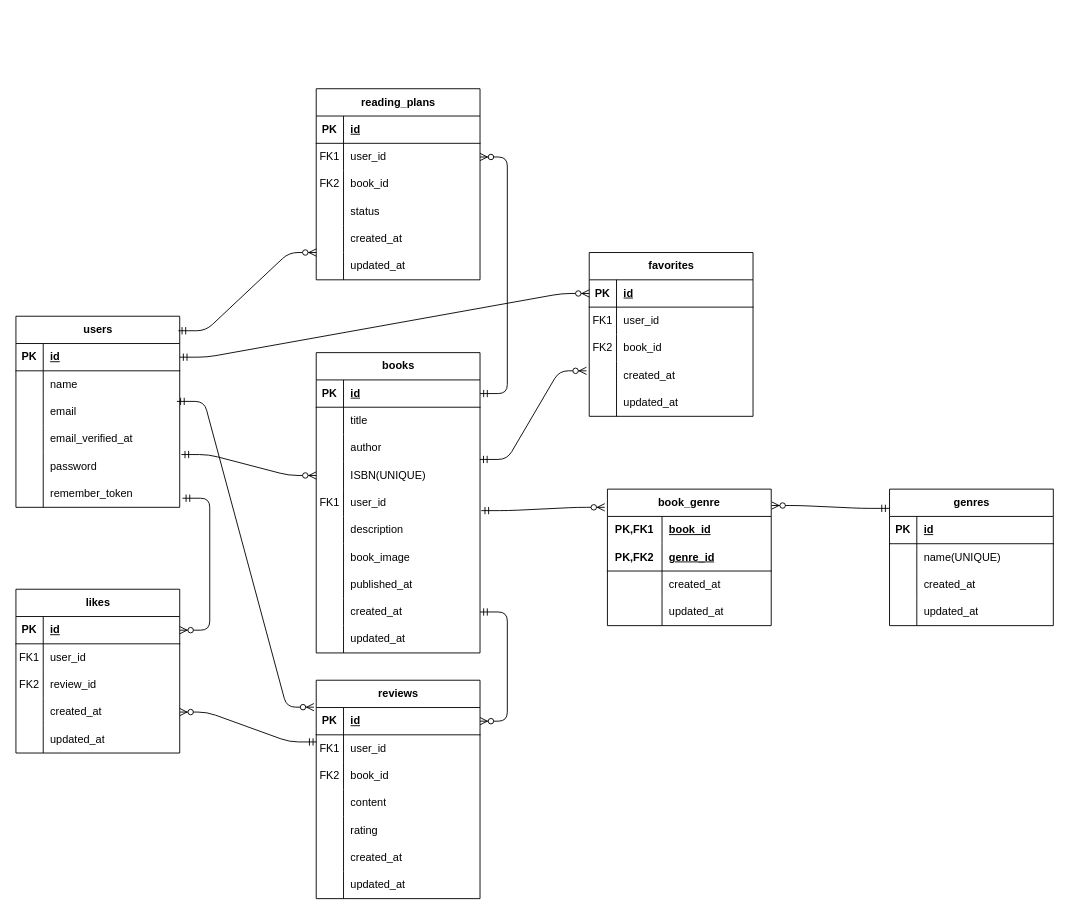
The draw.io diagram bookshelf-er.drawio in kanon-non-mad/bookshelf-app, before the edit. Source tidied: cells renumbered, new cells numbered last; positions are measured from the earlier drawing's top-left corner, leaving out a move shared by most shapes. Both pictures are drawn from the tidied source at 91%, with x=0, y=0 at pixel (15, 88).
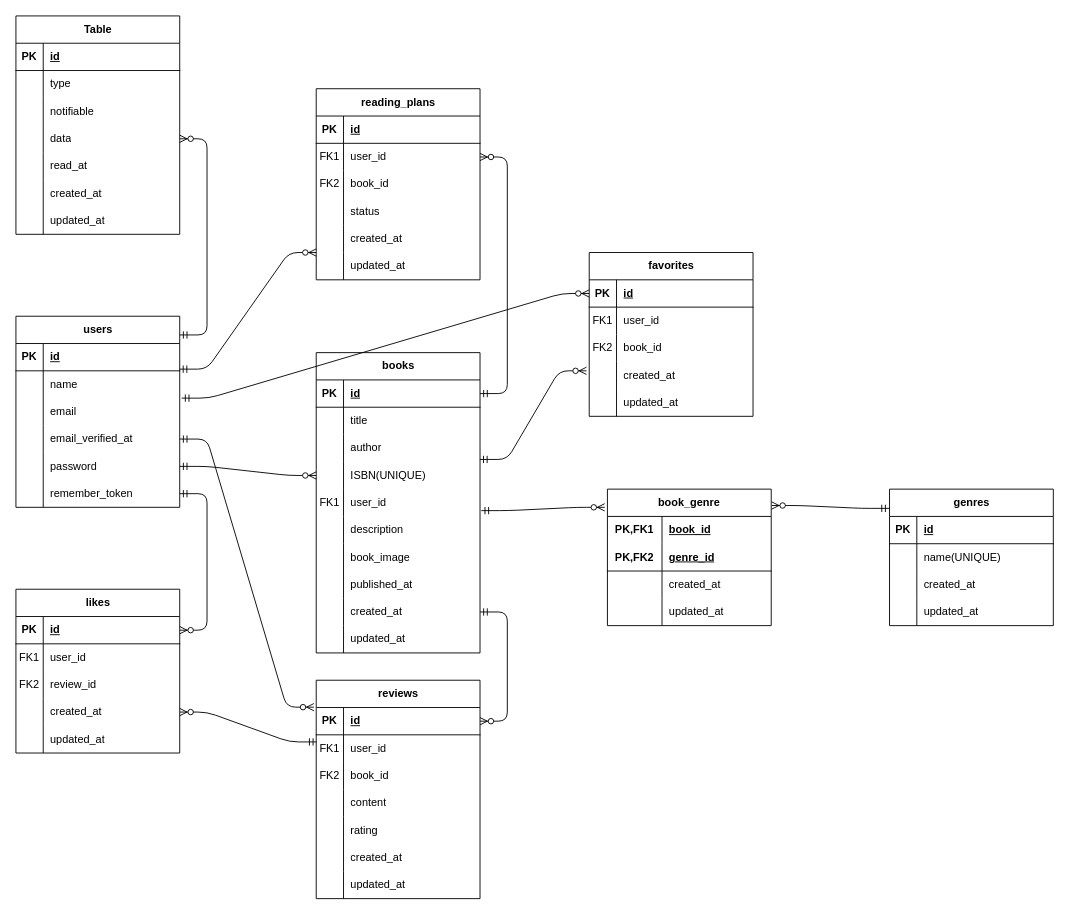
After the change.

Commit message:
docs: ER図に通知テーブルを追加

The change refers to these unchanged cells:
```xml
<mxCell id="2" value="users" style="shape=table;startSize=30;childLayout=tableLayout;rowLines=0;fontStyle=1;align=center;html=1;" parent="1" vertex="1">
  <mxGeometry y="250" width="180" height="210" as="geometry" />
</mxCell>
<mxCell id="3" style="shape=tableRow;horizontal=0;startSize=0;swimlaneHead=0;swimlaneBody=0;fillColor=none;points=[[0,0.5],[1,0.5]];portConstraint=eastwest;top=0;left=0;right=0;bottom=1;" parent="2" vertex="1">
  <mxGeometry y="30" width="180" height="30" as="geometry" />
</mxCell>
<mxCell id="6" style="shape=tableRow;horizontal=0;startSize=0;swimlaneHead=0;swimlaneBody=0;fillColor=none;points=[[0,0.5],[1,0.5]];portConstraint=eastwest;top=0;left=0;right=0;bottom=0;" parent="2" vertex="1">
  <mxGeometry y="60" width="180" height="30" as="geometry" />
</mxCell>
<mxCell id="9" style="shape=tableRow;horizontal=0;startSize=0;swimlaneHead=0;swimlaneBody=0;fillColor=none;points=[[0,0.5],[1,0.5]];portConstraint=eastwest;top=0;left=0;right=0;bottom=0;" parent="2" vertex="1">
  <mxGeometry y="90" width="180" height="30" as="geometry" />
</mxCell>
<mxCell id="12" style="shape=tableRow;horizontal=0;startSize=0;swimlaneHead=0;swimlaneBody=0;fillColor=none;points=[[0,0.5],[1,0.5]];portConstraint=eastwest;top=0;left=0;right=0;bottom=0;" parent="2" vertex="1">
  <mxGeometry y="120" width="180" height="30" as="geometry" />
</mxCell>
<mxCell id="15" style="shape=tableRow;horizontal=0;startSize=0;swimlaneHead=0;swimlaneBody=0;fillColor=none;points=[[0,0.5],[1,0.5]];portConstraint=eastwest;top=0;left=0;right=0;bottom=0;" parent="2" vertex="1">
  <mxGeometry y="150" width="180" height="30" as="geometry" />
</mxCell>
<mxCell id="18" style="shape=tableRow;horizontal=0;startSize=0;swimlaneHead=0;swimlaneBody=0;fillColor=none;points=[[0,0.5],[1,0.5]];portConstraint=eastwest;top=0;left=0;right=0;bottom=0;" parent="2" vertex="1">
  <mxGeometry y="180" width="180" height="30" as="geometry" />
</mxCell>
<mxCell id="44" style="shape=tableRow;horizontal=0;startSize=0;swimlaneHead=0;swimlaneBody=0;fillColor=none;points=[[0,0.5],[1,0.5]];portConstraint=eastwest;top=0;left=0;right=0;bottom=0;" parent="34" vertex="1">
  <mxGeometry y="120" width="180" height="30" as="geometry" />
</mxCell>
<mxCell id="85" style="shape=tableRow;horizontal=0;startSize=0;swimlaneHead=0;swimlaneBody=0;fillColor=none;points=[[0,0.5],[1,0.5]];portConstraint=eastwest;top=0;left=0;right=0;bottom=1;" parent="84" vertex="1">
  <mxGeometry y="30" width="180" height="30" as="geometry" />
</mxCell>
<mxCell id="107" style="shape=tableRow;horizontal=0;startSize=0;swimlaneHead=0;swimlaneBody=0;fillColor=none;points=[[0,0.5],[1,0.5]];portConstraint=eastwest;top=0;left=0;right=0;bottom=1;" parent="106" vertex="1">
  <mxGeometry y="30" width="180" height="30" as="geometry" />
</mxCell>
<mxCell id="123" style="shape=tableRow;horizontal=0;startSize=0;swimlaneHead=0;swimlaneBody=0;fillColor=none;points=[[0,0.5],[1,0.5]];portConstraint=eastwest;top=0;left=0;right=0;bottom=1;" parent="122" vertex="1">
  <mxGeometry y="30" width="180" height="30" as="geometry" />
</mxCell>
```

Change to the diagram source:
```diff
@@
-    <mxCell id="138" style="edgeStyle=entityRelationEdgeStyle;fontSize=12;html=1;endArrow=ERzeroToMany;startArrow=ERmandOne;exitX=1;exitY=0.5;exitDx=0;exitDy=0;entryX=0;entryY=0.5;entryDx=0;entryDy=0;" parent="1" edge="1" source="3" target="107">
+    <mxCell id="138" style="edgeStyle=entityRelationEdgeStyle;fontSize=12;html=1;endArrow=ERzeroToMany;startArrow=ERmandOne;exitX=1.012;exitY=0;exitDx=0;exitDy=0;entryX=0;entryY=0.5;entryDx=0;entryDy=0;exitPerimeter=0;" parent="1" edge="1" source="9" target="107">
       <mxGeometry relative="1" as="geometry" />
     </mxCell>
-    <mxCell id="139" style="edgeStyle=entityRelationEdgeStyle;fontSize=12;html=1;endArrow=ERzeroToMany;startArrow=ERmandOne;entryX=0.988;entryY=0.073;entryDx=0;entryDy=0;entryPerimeter=0;exitX=0.992;exitY=0.076;exitDx=0;exitDy=0;exitPerimeter=0;" parent="1" edge="1" source="2">
+    <mxCell id="139" style="edgeStyle=entityRelationEdgeStyle;fontSize=12;html=1;endArrow=ERzeroToMany;startArrow=ERmandOne;entryX=0.988;entryY=0.073;entryDx=0;entryDy=0;entryPerimeter=0;exitX=0.999;exitY=-0.062;exitDx=0;exitDy=0;exitPerimeter=0;" parent="1" edge="1" source="6">
       <mxGeometry relative="1" as="geometry">
         <mxPoint x="330" y="180" as="targetPoint" />
       </mxGeometry>
     </mxCell>
-    <mxCell id="140" style="edgeStyle=entityRelationEdgeStyle;fontSize=12;html=1;endArrow=ERzeroToMany;startArrow=ERmandOne;entryX=1;entryY=0.5;entryDx=0;entryDy=0;" parent="1" edge="1" target="123">
-      <mxGeometry relative="1" as="geometry">
-        <mxPoint x="183" y="450" as="sourcePoint" />
-      </mxGeometry>
+    <mxCell id="140" style="edgeStyle=entityRelationEdgeStyle;fontSize=12;html=1;endArrow=ERzeroToMany;startArrow=ERmandOne;entryX=1;entryY=0.5;entryDx=0;entryDy=0;exitX=1;exitY=0.5;exitDx=0;exitDy=0;" parent="1" edge="1" source="18" target="123">
+      <mxGeometry relative="1" as="geometry" />
     </mxCell>
@@
-    <mxCell id="159" style="edgeStyle=entityRelationEdgeStyle;fontSize=12;html=1;endArrow=ERzeroToMany;startArrow=ERmandOne;exitX=1.01;exitY=0.067;exitDx=0;exitDy=0;entryX=0;entryY=0.5;entryDx=0;entryDy=0;exitPerimeter=0;" parent="1" edge="1" source="15" target="44">
+    <mxCell id="159" style="edgeStyle=entityRelationEdgeStyle;fontSize=12;html=1;endArrow=ERzeroToMany;startArrow=ERmandOne;exitX=1;exitY=0.5;exitDx=0;exitDy=0;entryX=0;entryY=0.5;entryDx=0;entryDy=0;" parent="1" edge="1" source="15" target="44">
       <mxGeometry relative="1" as="geometry" />
     </mxCell>
-    <mxCell id="160" style="edgeStyle=entityRelationEdgeStyle;fontSize=12;html=1;endArrow=ERzeroToMany;startArrow=ERmandOne;entryX=-0.014;entryY=-0.013;entryDx=0;entryDy=0;exitX=0.983;exitY=1.12;exitDx=0;exitDy=0;exitPerimeter=0;entryPerimeter=0;" parent="1" edge="1" source="6" target="85">
-      <mxGeometry relative="1" as="geometry" />
+    <mxCell id="160" style="edgeStyle=entityRelationEdgeStyle;fontSize=12;html=1;endArrow=ERzeroToMany;startArrow=ERmandOne;entryX=-0.014;entryY=-0.013;entryDx=0;entryDy=0;exitX=1;exitY=0.5;exitDx=0;exitDy=0;entryPerimeter=0;" parent="1" edge="1" source="12" target="85">
+      <mxGeometry x="-0.09" relative="1" as="geometry" />
     </mxCell>
@@
+    <mxCell id="162" value="Table" style="shape=table;startSize=30;childLayout=tableLayout;rowLines=0;fontStyle=1;align=center;html=1;" parent="1" vertex="1">
+      <mxGeometry y="-80" width="180" height="240" as="geometry" />
+    </mxCell>
+    <mxCell id="163" style="shape=tableRow;horizontal=0;startSize=0;swimlaneHead=0;swimlaneBody=0;fillColor=none;top=0;left=0;right=0;bottom=1;" parent="162" vertex="1">
+      <mxGeometry y="30" width="180" height="30" as="geometry" />
+    </mxCell>
+    <mxCell id="164" value="PK" style="shape=partialRectangle;fillColor=none;top=0;left=0;bottom=0;right=0;fontStyle=1;overflow=hidden;whiteSpace=wrap;html=1;" parent="163" vertex="1">
+      <mxGeometry width="30" height="30" as="geometry" />
+    </mxCell>
+    <mxCell id="165" value="id" style="shape=partialRectangle;fillColor=none;top=0;left=0;bottom=0;right=0;align=left;spacingLeft=6;fontStyle=5;overflow=hidden;whiteSpace=wrap;html=1;" parent="163" vertex="1">
+      <mxGeometry x="30" width="150" height="30" as="geometry" />
+    </mxCell>
+    <mxCell id="166" style="shape=tableRow;horizontal=0;startSize=0;swimlaneHead=0;swimlaneBody=0;fillColor=none;top=0;left=0;right=0;bottom=0;" parent="162" vertex="1">
+      <mxGeometry y="60" width="180" height="30" as="geometry" />
+    </mxCell>
+    <mxCell id="167" style="shape=partialRectangle;fillColor=none;top=0;left=0;bottom=0;right=0;overflow=hidden;whiteSpace=wrap;html=1;" parent="166" vertex="1">
+      <mxGeometry width="30" height="30" as="geometry" />
+    </mxCell>
+    <mxCell id="168" value="type" style="shape=partialRectangle;fillColor=none;top=0;left=0;bottom=0;right=0;align=left;spacingLeft=6;overflow=hidden;whiteSpace=wrap;html=1;" parent="166" vertex="1">
+      <mxGeometry x="30" width="150" height="30" as="geometry" />
+    </mxCell>
+    <mxCell id="169" style="shape=tableRow;horizontal=0;startSize=0;swimlaneHead=0;swimlaneBody=0;fillColor=none;top=0;left=0;right=0;bottom=0;" parent="162" vertex="1">
+      <mxGeometry y="90" width="180" height="30" as="geometry" />
+    </mxCell>
+    <mxCell id="170" style="shape=partialRectangle;fillColor=none;top=0;left=0;bottom=0;right=0;overflow=hidden;whiteSpace=wrap;html=1;" parent="169" vertex="1">
+      <mxGeometry width="30" height="30" as="geometry" />
+    </mxCell>
+    <mxCell id="171" value="notifiable" style="shape=partialRectangle;fillColor=none;top=0;left=0;bottom=0;right=0;align=left;spacingLeft=6;overflow=hidden;whiteSpace=wrap;html=1;" parent="169" vertex="1">
+      <mxGeometry x="30" width="150" height="30" as="geometry" />
+    </mxCell>
+    <mxCell id="172" style="shape=tableRow;horizontal=0;startSize=0;swimlaneHead=0;swimlaneBody=0;fillColor=none;points=[[0,0.5],[1,0.5]];portConstraint=eastwest;top=0;left=0;right=0;bottom=0;" parent="162" vertex="1">
+      <mxGeometry y="120" width="180" height="30" as="geometry" />
+    </mxCell>
+    <mxCell id="173" style="shape=partialRectangle;fillColor=none;top=0;left=0;bottom=0;right=0;overflow=hidden;whiteSpace=wrap;html=1;" parent="172" vertex="1">
+      <mxGeometry width="30" height="30" as="geometry" />
+    </mxCell>
+    <mxCell id="174" value="data" style="shape=partialRectangle;fillColor=none;top=0;left=0;bottom=0;right=0;align=left;spacingLeft=6;overflow=hidden;whiteSpace=wrap;html=1;" parent="172" vertex="1">
+      <mxGeometry x="30" width="150" height="30" as="geometry" />
+    </mxCell>
+    <mxCell id="175" style="shape=tableRow;horizontal=0;startSize=0;swimlaneHead=0;swimlaneBody=0;fillColor=none;top=0;left=0;right=0;bottom=0;" parent="162" vertex="1">
+      <mxGeometry y="150" width="180" height="30" as="geometry" />
+    </mxCell>
+    <mxCell id="176" style="shape=partialRectangle;fillColor=none;top=0;left=0;bottom=0;right=0;overflow=hidden;whiteSpace=wrap;html=1;" parent="175" vertex="1">
+      <mxGeometry width="30" height="30" as="geometry" />
+    </mxCell>
+    <mxCell id="177" value="read_at" style="shape=partialRectangle;fillColor=none;top=0;left=0;bottom=0;right=0;align=left;spacingLeft=6;overflow=hidden;whiteSpace=wrap;html=1;" parent="175" vertex="1">
+      <mxGeometry x="30" width="150" height="30" as="geometry" />
+    </mxCell>
+    <mxCell id="178" style="shape=tableRow;horizontal=0;startSize=0;swimlaneHead=0;swimlaneBody=0;fillColor=none;top=0;left=0;right=0;bottom=0;" parent="162" vertex="1">
+      <mxGeometry y="180" width="180" height="30" as="geometry" />
+    </mxCell>
+    <mxCell id="179" style="shape=partialRectangle;fillColor=none;top=0;left=0;bottom=0;right=0;overflow=hidden;whiteSpace=wrap;html=1;" parent="178" vertex="1">
+      <mxGeometry width="30" height="30" as="geometry" />
+    </mxCell>
+    <mxCell id="180" value="created_at" style="shape=partialRectangle;fillColor=none;top=0;left=0;bottom=0;right=0;align=left;spacingLeft=6;overflow=hidden;whiteSpace=wrap;html=1;" parent="178" vertex="1">
+      <mxGeometry x="30" width="150" height="30" as="geometry" />
+    </mxCell>
+    <mxCell id="181" style="shape=tableRow;horizontal=0;startSize=0;swimlaneHead=0;swimlaneBody=0;fillColor=none;top=0;left=0;right=0;bottom=0;" parent="162" vertex="1">
+      <mxGeometry y="210" width="180" height="30" as="geometry" />
+    </mxCell>
+    <mxCell id="182" style="shape=partialRectangle;fillColor=none;top=0;left=0;bottom=0;right=0;overflow=hidden;whiteSpace=wrap;html=1;" parent="181" vertex="1">
+      <mxGeometry width="30" height="30" as="geometry" />
+    </mxCell>
+    <mxCell id="183" value="updated_at" style="shape=partialRectangle;fillColor=none;top=0;left=0;bottom=0;right=0;align=left;spacingLeft=6;overflow=hidden;whiteSpace=wrap;html=1;" parent="181" vertex="1">
+      <mxGeometry x="30" width="150" height="30" as="geometry" />
+    </mxCell>
+    <mxCell id="184" style="edgeStyle=entityRelationEdgeStyle;fontSize=12;html=1;endArrow=ERzeroToMany;startArrow=ERmandOne;entryX=1;entryY=0.5;entryDx=0;entryDy=0;exitX=1;exitY=0.098;exitDx=0;exitDy=0;exitPerimeter=0;" parent="1" edge="1" source="2" target="172">
+      <mxGeometry x="0.01" relative="1" as="geometry" />
+    </mxCell>
```
